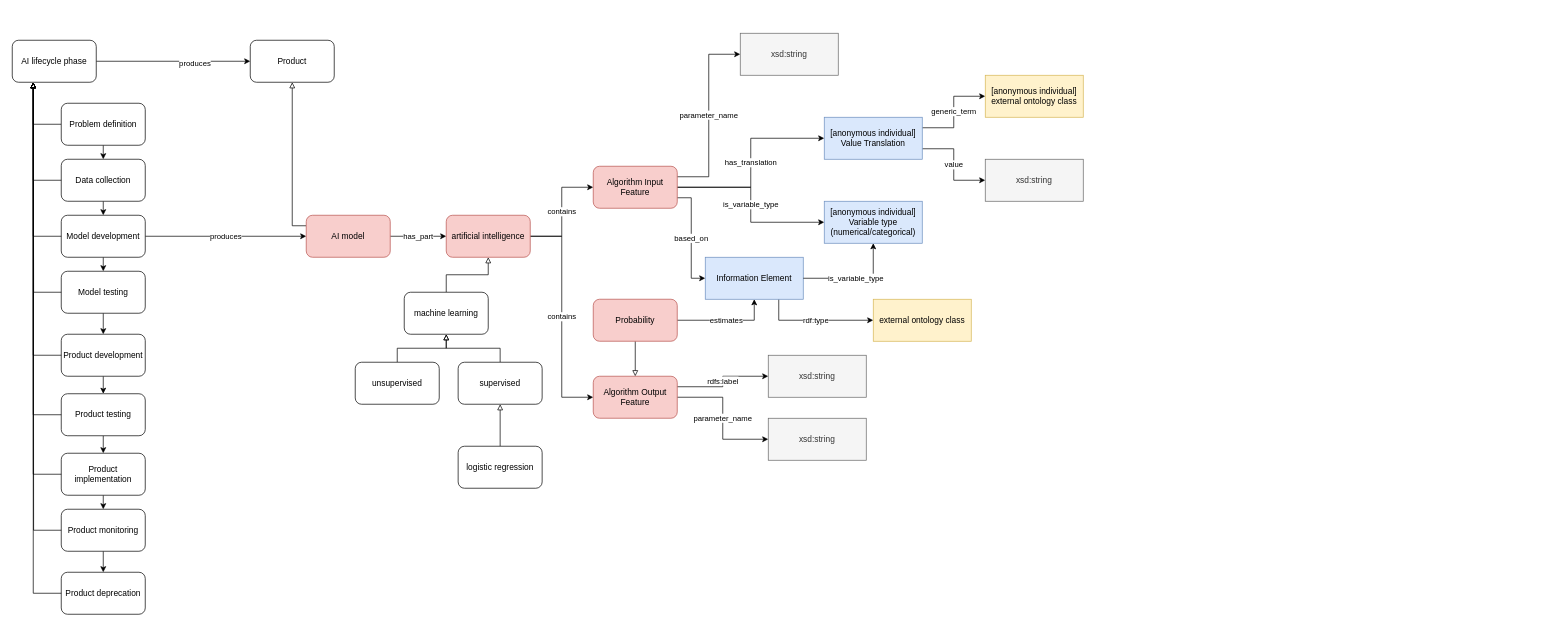
Above: vocabulary/visualisation.drawio in MaastrichtU-BISS/FAIRmodels (draw.io), before the change. Source tidied: cells renumbered, new cells numbered last; positions are measured from the earlier drawing's top-left corner, leaving out a move shared by most shapes. Both pictures are drawn from the tidied source at 70%, with x=0, y=0 at pixel (12, 33).
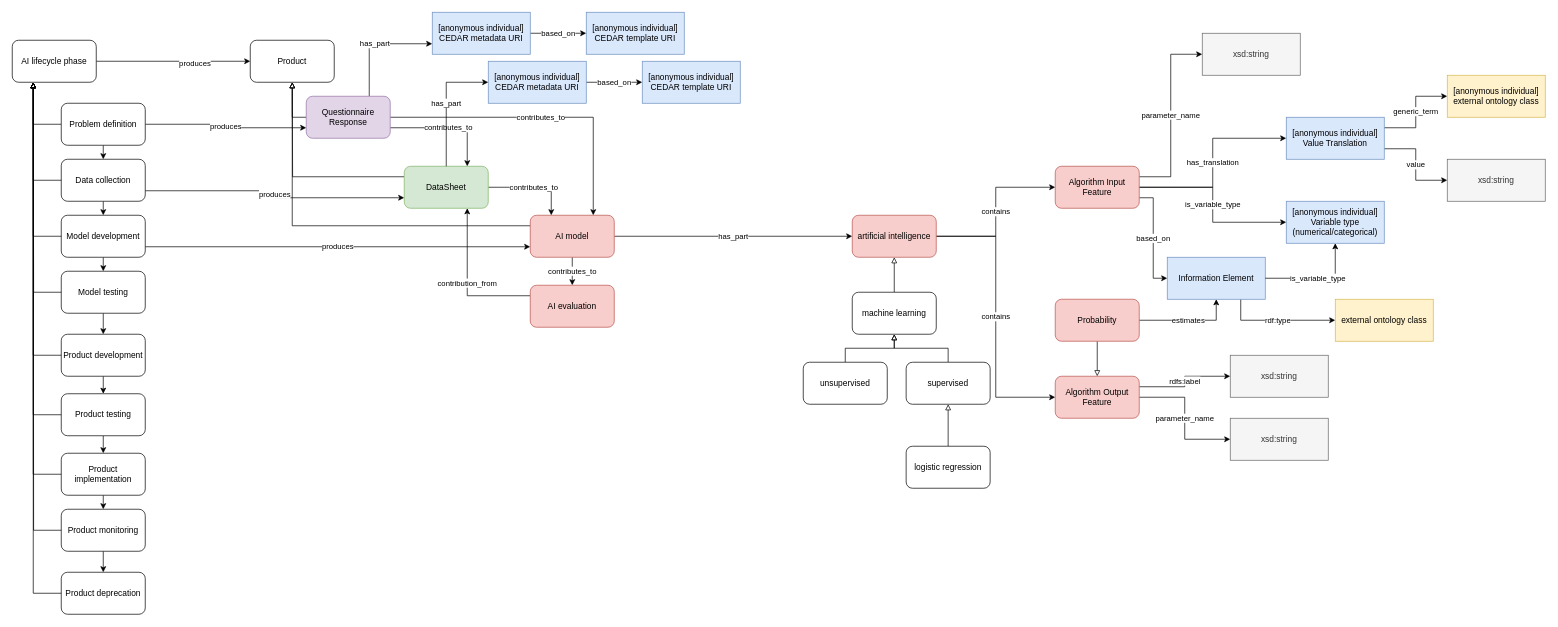
The same diagram, later.

Commit message (it also covers changes not shown here):
Included cedar for description of intent and open questions in datasheet

Unchanged cells that the change refers to:
```xml
<mxCell id="7" value="Problem definition" style="rounded=1;whiteSpace=wrap;html=1;" parent="1" vertex="1">
  <mxGeometry x="70" y="100" width="120" height="60" as="geometry" />
</mxCell>
<mxCell id="9" value="Data collection" style="rounded=1;whiteSpace=wrap;html=1;" parent="1" vertex="1">
  <mxGeometry x="70" y="180" width="120" height="60" as="geometry" />
</mxCell>
<mxCell id="12" value="Model development" style="rounded=1;whiteSpace=wrap;html=1;" parent="1" vertex="1">
  <mxGeometry x="70" y="260" width="120" height="60" as="geometry" />
</mxCell>
<mxCell id="32" value="Product" style="rounded=1;whiteSpace=wrap;html=1;" parent="1" vertex="1">
  <mxGeometry x="340" y="10" width="120" height="60" as="geometry" />
</mxCell>
```

Change to the diagram source:
```diff
@@
+    <mxCell id="71" value="produces" style="edgeStyle=orthogonalEdgeStyle;rounded=0;jettySize=auto;html=1;exitX=1;exitY=0.5;exitDx=0;exitDy=0;entryX=0;entryY=0.75;entryDx=0;entryDy=0;" parent="1" edge="1" source="7" target="81">
+      <mxGeometry relative="1" as="geometry" />
+    </mxCell>
@@
+    <mxCell id="72" value="produces" style="edgeStyle=orthogonalEdgeStyle;rounded=0;jettySize=auto;html=1;exitX=1;exitY=0.75;exitDx=0;exitDy=0;entryX=0;entryY=0.75;entryDx=0;entryDy=0;" parent="1" edge="1" source="9" target="76">
+      <mxGeometry relative="1" as="geometry" />
+    </mxCell>
@@
-    <mxCell id="11" value="produces" style="edgeStyle=orthogonalEdgeStyle;rounded=0;jettySize=auto;html=1;exitX=1;exitY=0.5;exitDx=0;exitDy=0;entryX=0;entryY=0.5;entryDx=0;entryDy=0;endArrow=classic;endFill=1;" parent="1" edge="1" source="12" target="35">
+    <mxCell id="11" value="produces" style="edgeStyle=orthogonalEdgeStyle;rounded=0;jettySize=auto;html=1;exitX=1;exitY=0.75;exitDx=0;exitDy=0;entryX=0;entryY=0.75;entryDx=0;entryDy=0;" parent="1" edge="1" source="12" target="35">
       <mxGeometry relative="1" as="geometry" />
     </mxCell>
@@
+    <mxCell id="73" value="contributes_to" style="edgeStyle=orthogonalEdgeStyle;rounded=0;jettySize=auto;html=1;exitX=0.5;exitY=1;exitDx=0;exitDy=0;entryX=0.5;entryY=0;entryDx=0;entryDy=0;" parent="1" edge="1" source="35" target="90">
+      <mxGeometry relative="1" as="geometry" />
+    </mxCell>
     <mxCell id="35" value="AI model" style="rounded=1;whiteSpace=wrap;html=1;fillColor=#f8cecc;strokeColor=#b85450;" parent="1" vertex="1">
-      <mxGeometry x="420" y="260" width="120" height="60" as="geometry" />
+      <mxGeometry x="740" y="260" width="120" height="60" as="geometry" />
     </mxCell>
@@
     <mxCell id="38" value="artificial intelligence" style="rounded=1;whiteSpace=wrap;html=1;fillColor=#f8cecc;strokeColor=#b85450;" parent="1" vertex="1">
-      <mxGeometry x="620" y="260" width="120" height="60" as="geometry" />
+      <mxGeometry x="1200" y="260" width="120" height="60" as="geometry" />
     </mxCell>
@@
     <mxCell id="43" value="Algorithm Input Feature" style="rounded=1;whiteSpace=wrap;html=1;fillColor=#f8cecc;strokeColor=#b85450;" parent="1" vertex="1">
-      <mxGeometry x="830" y="190" width="120" height="60" as="geometry" />
+      <mxGeometry x="1490" y="190" width="120" height="60" as="geometry" />
     </mxCell>
@@
     <mxCell id="46" value="Algorithm Output Feature" style="rounded=1;whiteSpace=wrap;html=1;fillColor=#f8cecc;strokeColor=#b85450;" parent="1" vertex="1">
-      <mxGeometry x="830" y="490" width="120" height="60" as="geometry" />
+      <mxGeometry x="1490" y="490" width="120" height="60" as="geometry" />
     </mxCell>
@@
     <mxCell id="48" value="Information Element" style="rounded=0;whiteSpace=wrap;html=1;fillColor=#dae8fc;strokeColor=#6c8ebf;" parent="1" vertex="1">
-      <mxGeometry x="990" y="320" width="140" height="60" as="geometry" />
+      <mxGeometry x="1650" y="320" width="140" height="60" as="geometry" />
     </mxCell>
     <mxCell id="49" value="[anonymous individual]&lt;br&gt;Variable type&lt;br&gt;(numerical/categorical)" style="rounded=0;whiteSpace=wrap;html=1;fillColor=#dae8fc;strokeColor=#6c8ebf;" parent="1" vertex="1">
-      <mxGeometry x="1160" y="240" width="140" height="60" as="geometry" />
+      <mxGeometry x="1820" y="240" width="140" height="60" as="geometry" />
     </mxCell>
     <mxCell id="50" value="xsd:string" style="rounded=0;whiteSpace=wrap;html=1;fillColor=#f5f5f5;fontColor=#333333;strokeColor=#666666;" parent="1" vertex="1">
-      <mxGeometry x="1040" width="140" height="60" as="geometry" />
+      <mxGeometry x="1700" width="140" height="60" as="geometry" />
     </mxCell>
@@
     <mxCell id="53" value="[anonymous individual]&lt;br&gt;Value Translation" style="rounded=0;whiteSpace=wrap;html=1;fillColor=#dae8fc;strokeColor=#6c8ebf;" parent="1" vertex="1">
-      <mxGeometry x="1160" y="120" width="140" height="60" as="geometry" />
+      <mxGeometry x="1820" y="120" width="140" height="60" as="geometry" />
     </mxCell>
     <mxCell id="54" value="[anonymous individual]&lt;br&gt;external ontology class" style="whiteSpace=wrap;html=1;rounded=0;fillColor=#fff2cc;strokeColor=#d6b656;" parent="1" vertex="1">
-      <mxGeometry x="1390" y="60" width="140" height="60" as="geometry" />
+      <mxGeometry x="2050" y="60" width="140" height="60" as="geometry" />
     </mxCell>
     <mxCell id="55" value="xsd:string" style="rounded=0;whiteSpace=wrap;html=1;fillColor=#f5f5f5;fontColor=#333333;strokeColor=#666666;" parent="1" vertex="1">
-      <mxGeometry x="1390" y="180" width="140" height="60" as="geometry" />
+      <mxGeometry x="2050" y="180" width="140" height="60" as="geometry" />
     </mxCell>
     <mxCell id="56" value="xsd:string" style="rounded=0;whiteSpace=wrap;html=1;fillColor=#f5f5f5;fontColor=#333333;strokeColor=#666666;" parent="1" vertex="1">
-      <mxGeometry x="1080" y="460" width="140" height="60" as="geometry" />
+      <mxGeometry x="1740" y="460" width="140" height="60" as="geometry" />
     </mxCell>
     <mxCell id="57" value="xsd:string" style="rounded=0;whiteSpace=wrap;html=1;fillColor=#f5f5f5;fontColor=#333333;strokeColor=#666666;" parent="1" vertex="1">
-      <mxGeometry x="1080" y="550" width="140" height="60" as="geometry" />
+      <mxGeometry x="1740" y="550" width="140" height="60" as="geometry" />
     </mxCell>
@@
     <mxCell id="60" value="Probability" style="rounded=1;whiteSpace=wrap;html=1;fillColor=#f8cecc;strokeColor=#b85450;" parent="1" vertex="1">
-      <mxGeometry x="830" y="380" width="120" height="60" as="geometry" />
+      <mxGeometry x="1490" y="380" width="120" height="60" as="geometry" />
     </mxCell>
@@
     <mxCell id="62" value="machine learning" style="rounded=1;whiteSpace=wrap;html=1;" parent="1" vertex="1">
-      <mxGeometry x="560" y="370" width="120" height="60" as="geometry" />
+      <mxGeometry x="1200" y="370" width="120" height="60" as="geometry" />
     </mxCell>
@@
     <mxCell id="64" value="supervised" style="rounded=1;whiteSpace=wrap;html=1;" parent="1" vertex="1">
-      <mxGeometry x="637" y="470" width="120" height="60" as="geometry" />
+      <mxGeometry x="1277" y="470" width="120" height="60" as="geometry" />
     </mxCell>
@@
     <mxCell id="66" value="unsupervised" style="rounded=1;whiteSpace=wrap;html=1;" parent="1" vertex="1">
-      <mxGeometry x="490" y="470" width="120" height="60" as="geometry" />
+      <mxGeometry x="1130" y="470" width="120" height="60" as="geometry" />
     </mxCell>
@@
     <mxCell id="68" value="logistic regression" style="rounded=1;whiteSpace=wrap;html=1;" parent="1" vertex="1">
-      <mxGeometry x="637" y="590" width="120" height="60" as="geometry" />
+      <mxGeometry x="1277" y="590" width="120" height="60" as="geometry" />
     </mxCell>
@@
     <mxCell id="70" value="external ontology class" style="rounded=0;whiteSpace=wrap;html=1;fillColor=#fff2cc;strokeColor=#d6b656;" parent="1" vertex="1">
-      <mxGeometry x="1230" y="380" width="140" height="60" as="geometry" />
+      <mxGeometry x="1890" y="380" width="140" height="60" as="geometry" />
     </mxCell>
+    <mxCell id="74" style="edgeStyle=orthogonalEdgeStyle;rounded=0;jettySize=auto;html=1;exitX=0;exitY=0.25;exitDx=0;exitDy=0;endArrow=block;endFill=0;" parent="1" edge="1" source="76">
+      <mxGeometry relative="1" as="geometry">
+        <mxPoint x="400" y="70" as="targetPoint" />
+      </mxGeometry>
+    </mxCell>
+    <mxCell id="75" value="contributes_to" style="edgeStyle=orthogonalEdgeStyle;rounded=0;jettySize=auto;html=1;exitX=1;exitY=0.5;exitDx=0;exitDy=0;entryX=0.25;entryY=0;entryDx=0;entryDy=0;" parent="1" edge="1" source="76" target="35">
+      <mxGeometry relative="1" as="geometry" />
+    </mxCell>
+    <mxCell id="76" value="DataSheet" style="rounded=1;whiteSpace=wrap;html=1;fillColor=#d5e8d4;strokeColor=#82b366;" parent="1" vertex="1">
+      <mxGeometry x="560" y="190" width="120" height="60" as="geometry" />
+    </mxCell>
+    <mxCell id="77" value="contributes_to" style="edgeStyle=orthogonalEdgeStyle;rounded=0;jettySize=auto;html=1;exitX=1;exitY=0.75;exitDx=0;exitDy=0;entryX=0.75;entryY=0;entryDx=0;entryDy=0;" parent="1" edge="1" source="81" target="76">
+      <mxGeometry relative="1" as="geometry" />
+    </mxCell>
+    <mxCell id="78" style="edgeStyle=orthogonalEdgeStyle;rounded=0;jettySize=auto;html=1;exitX=0;exitY=0.5;exitDx=0;exitDy=0;entryX=0.5;entryY=1;entryDx=0;entryDy=0;endArrow=block;endFill=0;" parent="1" edge="1" source="81" target="32">
+      <mxGeometry relative="1" as="geometry" />
+    </mxCell>
+    <mxCell id="79" value="contributes_to" style="edgeStyle=orthogonalEdgeStyle;rounded=0;jettySize=auto;html=1;exitX=1;exitY=0.5;exitDx=0;exitDy=0;entryX=0.75;entryY=0;entryDx=0;entryDy=0;" parent="1" edge="1" source="81" target="35">
+      <mxGeometry relative="1" as="geometry" />
+    </mxCell>
+    <mxCell id="80" value="has_part" style="edgeStyle=orthogonalEdgeStyle;rounded=0;jettySize=auto;html=1;exitX=0.75;exitY=0;exitDx=0;exitDy=0;entryX=0;entryY=0.75;entryDx=0;entryDy=0;" parent="1" edge="1" source="81" target="83">
+      <mxGeometry relative="1" as="geometry" />
+    </mxCell>
+    <mxCell id="81" value="Questionnaire Response" style="rounded=1;whiteSpace=wrap;html=1;fillColor=#e1d5e7;strokeColor=#9673a6;" parent="1" vertex="1">
+      <mxGeometry x="420" y="90" width="120" height="60" as="geometry" />
+    </mxCell>
+    <mxCell id="82" value="based_on" style="edgeStyle=orthogonalEdgeStyle;rounded=0;jettySize=auto;html=1;entryX=0;entryY=0.5;entryDx=0;entryDy=0;" parent="1" edge="1" source="83" target="84">
+      <mxGeometry relative="1" as="geometry" />
+    </mxCell>
+    <mxCell id="83" value="[anonymous individual]&lt;br&gt;CEDAR metadata URI" style="rounded=0;whiteSpace=wrap;html=1;fillColor=#dae8fc;strokeColor=#6c8ebf;" parent="1" vertex="1">
+      <mxGeometry x="600" y="-30" width="140" height="60" as="geometry" />
+    </mxCell>
+    <mxCell id="84" value="[anonymous individual]&lt;br&gt;CEDAR template URI" style="rounded=0;whiteSpace=wrap;html=1;fillColor=#dae8fc;strokeColor=#6c8ebf;" parent="1" vertex="1">
+      <mxGeometry x="820" y="-30" width="140" height="60" as="geometry" />
+    </mxCell>
+    <mxCell id="85" value="based_on" style="edgeStyle=orthogonalEdgeStyle;rounded=0;jettySize=auto;html=1;entryX=0;entryY=0.5;entryDx=0;entryDy=0;" parent="1" edge="1" source="86" target="87">
+      <mxGeometry relative="1" as="geometry" />
+    </mxCell>
+    <mxCell id="86" value="[anonymous individual]&lt;br&gt;CEDAR metadata URI" style="rounded=0;whiteSpace=wrap;html=1;fillColor=#dae8fc;strokeColor=#6c8ebf;" parent="1" vertex="1">
+      <mxGeometry x="680" y="40" width="140" height="60" as="geometry" />
+    </mxCell>
+    <mxCell id="87" value="[anonymous individual]&lt;br&gt;CEDAR template URI" style="rounded=0;whiteSpace=wrap;html=1;fillColor=#dae8fc;strokeColor=#6c8ebf;" parent="1" vertex="1">
+      <mxGeometry x="900" y="40" width="140" height="60" as="geometry" />
+    </mxCell>
+    <mxCell id="88" value="has_part" style="edgeStyle=orthogonalEdgeStyle;rounded=0;jettySize=auto;html=1;exitX=0.5;exitY=0;exitDx=0;exitDy=0;entryX=0;entryY=0.5;entryDx=0;entryDy=0;" parent="1" edge="1" source="76" target="86">
+      <mxGeometry relative="1" as="geometry" />
+    </mxCell>
+    <mxCell id="89" value="contribution_from" style="edgeStyle=orthogonalEdgeStyle;rounded=0;jettySize=auto;html=1;exitX=0;exitY=0.25;exitDx=0;exitDy=0;entryX=0.75;entryY=1;entryDx=0;entryDy=0;" parent="1" edge="1" source="90" target="76">
+      <mxGeometry relative="1" as="geometry" />
+    </mxCell>
+    <mxCell id="90" value="AI evaluation" style="rounded=1;whiteSpace=wrap;html=1;fillColor=#f8cecc;strokeColor=#b85450;" parent="1" vertex="1">
+      <mxGeometry x="740" y="360" width="120" height="60" as="geometry" />
+    </mxCell>
```
